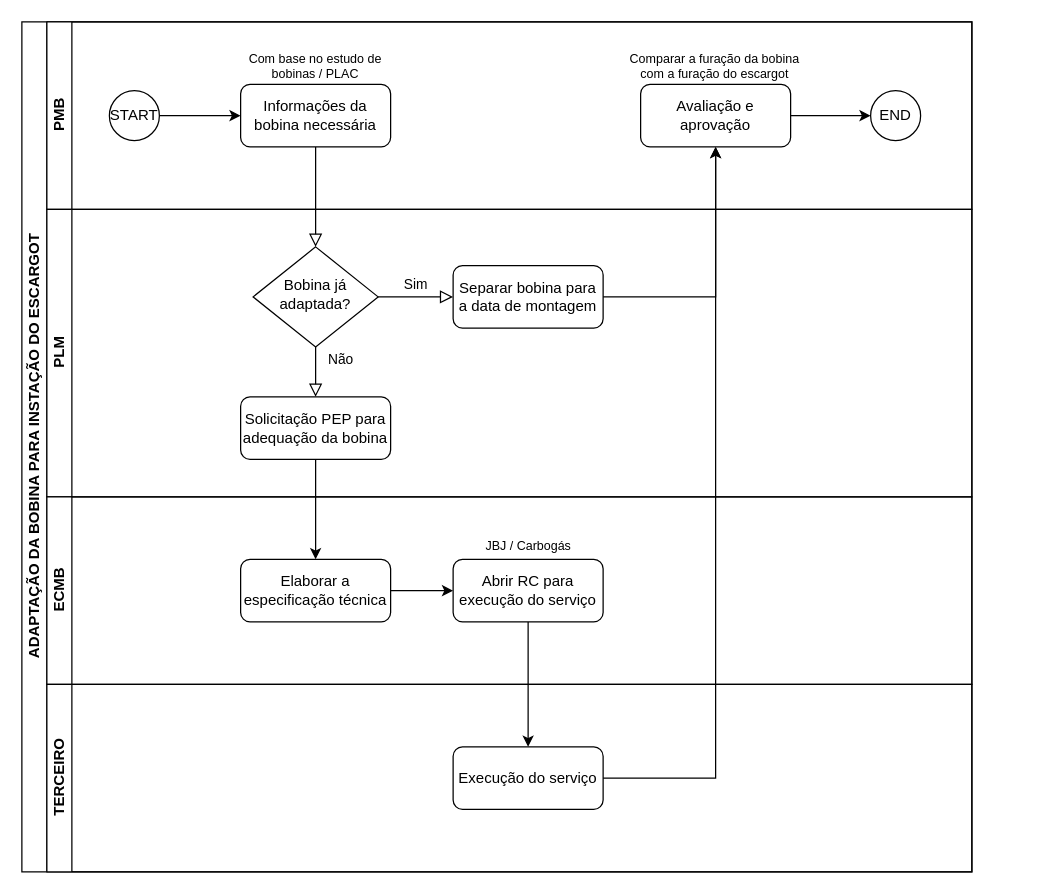
Earlier version of the draw.io diagram Bob_Hole.drawio (Willian-BC/Draw). Source tidied: cells renumbered, new cells numbered last; positions are measured from the earlier drawing's top-left corner, leaving out a move shared by most shapes. Both pictures are drawn from the tidied source at 125%, with x=0, y=0 at pixel (21, 21).
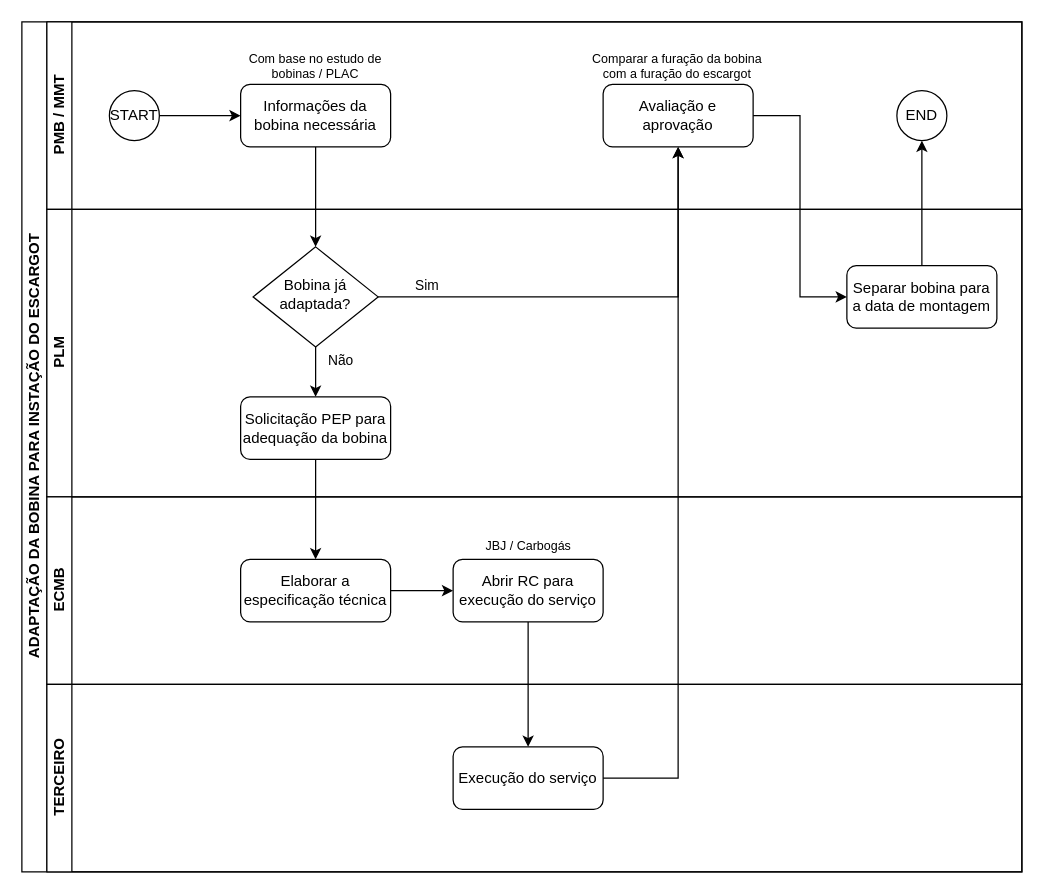
The same page after the edit.

The change refers to these unchanged cells:
```xml
<mxCell id="4" value="Informações da bobina necessária" style="rounded=1;whiteSpace=wrap;html=1;fontSize=12;glass=0;strokeWidth=1;shadow=0;" parent="3" vertex="1">
  <mxGeometry x="155" y="50" width="120" height="50" as="geometry" />
</mxCell>
<mxCell id="13" value="&lt;font style=&quot;font-size: 12px;&quot;&gt;Bobina já adaptada?&lt;/font&gt;" style="rhombus;whiteSpace=wrap;html=1;shadow=0;fontFamily=Helvetica;fontSize=12;align=center;strokeWidth=1;spacing=6;spacingTop=-4;" parent="12" vertex="1">
  <mxGeometry x="165" y="30" width="100" height="80" as="geometry" />
</mxCell>
<mxCell id="16" value="Solicitação PEP para adequação da bobina" style="rounded=1;whiteSpace=wrap;html=1;fontSize=12;glass=0;strokeWidth=1;shadow=0;" parent="12" vertex="1">
  <mxGeometry x="155" y="150" width="120" height="50" as="geometry" />
</mxCell>
<mxCell id="24" value="Execução do serviço" style="rounded=1;whiteSpace=wrap;html=1;fontSize=12;glass=0;strokeWidth=1;shadow=0;" parent="23" vertex="1">
  <mxGeometry x="325" y="50" width="120" height="50" as="geometry" />
</mxCell>
```

What changed in the source:
```diff
@@
     <mxCell id="2" value="ADAPTAÇÃO DA BOBINA PARA INSTAÇÃO DO ESCARGOT" style="swimlane;horizontal=0;startSize=20;html=1;" parent="1" vertex="1">
-      <mxGeometry width="760" height="680" as="geometry" />
+      <mxGeometry width="800" height="680" as="geometry" />
     </mxCell>
-    <mxCell id="3" value="PMB" style="swimlane;startSize=20;horizontal=0;html=1;" parent="2" vertex="1">
-      <mxGeometry x="20" width="740" height="150" as="geometry" />
+    <mxCell id="3" value="PMB / MMT" style="swimlane;startSize=20;horizontal=0;html=1;" parent="2" vertex="1">
+      <mxGeometry x="20" width="780" height="150" as="geometry" />
     </mxCell>
@@
-    <mxCell id="5" style="edgeStyle=orthogonalEdgeStyle;rounded=0;jettySize=auto;html=1;" parent="3" edge="1" source="6" target="7">
-      <mxGeometry relative="1" as="geometry" />
-    </mxCell>
     <mxCell id="6" value="Avaliação e aprovação" style="rounded=1;whiteSpace=wrap;html=1;fontSize=12;glass=0;strokeWidth=1;shadow=0;" parent="3" vertex="1">
-      <mxGeometry x="475" y="50" width="120" height="50" as="geometry" />
+      <mxGeometry x="445" y="50" width="120" height="50" as="geometry" />
     </mxCell>
     <mxCell id="7" value="END" style="ellipse;whiteSpace=wrap;html=1;rounded=1;glass=0;strokeWidth=1;shadow=0;" parent="3" vertex="1">
-      <mxGeometry x="659" y="55" width="40" height="40" as="geometry" />
+      <mxGeometry x="680" y="55" width="40" height="40" as="geometry" />
     </mxCell>
@@
     <mxCell id="11" value="Comparar a furação da bobina com a furação do escargot" style="text;html=1;strokeColor=none;fillColor=none;align=center;verticalAlign=middle;whiteSpace=wrap;rounded=0;fontSize=10;" parent="3" vertex="1">
-      <mxGeometry x="459.4" y="20" width="151.2" height="30" as="geometry" />
+      <mxGeometry x="429.4" y="20" width="151.2" height="30" as="geometry" />
     </mxCell>
     <mxCell id="12" value="PLM" style="swimlane;startSize=20;horizontal=0;html=1;" parent="2" vertex="1">
-      <mxGeometry x="20" y="150" width="740" height="230" as="geometry" />
+      <mxGeometry x="20" y="150" width="780" height="230" as="geometry" />
     </mxCell>
+    <mxCell id="30" style="edgeStyle=orthogonalEdgeStyle;rounded=0;jettySize=auto;html=1;" parent="12" edge="1" source="13" target="16">
+      <mxGeometry relative="1" as="geometry" />
+    </mxCell>
+    <mxCell id="17" value="Não" style="edgeLabel;html=1;align=center;verticalAlign=middle;" parent="30" vertex="1">
+      <mxGeometry x="-0.5" y="1" relative="1" as="geometry">
+        <mxPoint x="18" as="offset" />
+      </mxGeometry>
+    </mxCell>
@@
     <mxCell id="14" value="Separar bobina para a data de montagem" style="rounded=1;whiteSpace=wrap;html=1;fontSize=12;glass=0;strokeWidth=1;shadow=0;" parent="12" vertex="1">
-      <mxGeometry x="325" y="45" width="120" height="50" as="geometry" />
+      <mxGeometry x="640" y="45" width="120" height="50" as="geometry" />
     </mxCell>
-    <mxCell id="15" value="Sim" style="edgeStyle=orthogonalEdgeStyle;rounded=0;html=1;jettySize=auto;fontSize=11;endArrow=block;endFill=0;endSize=8;strokeWidth=1;shadow=0;labelBackgroundColor=none;" parent="12" edge="1" source="13" target="14">
-      <mxGeometry y="10" relative="1" as="geometry" />
-    </mxCell>
@@
-    <mxCell id="17" value="Não" style="rounded=0;html=1;jettySize=auto;fontSize=11;endArrow=block;endFill=0;endSize=8;strokeWidth=1;shadow=0;labelBackgroundColor=none;edgeStyle=orthogonalEdgeStyle;entryX=0.5;entryY=0;entryDx=0;entryDy=0;" parent="12" edge="1" source="13" target="16">
-      <mxGeometry x="-0.5" y="20" relative="1" as="geometry" />
-    </mxCell>
     <mxCell id="18" value="ECMB" style="swimlane;startSize=20;horizontal=0;html=1;" parent="2" vertex="1">
-      <mxGeometry x="20" y="380" width="740" height="150" as="geometry" />
+      <mxGeometry x="20" y="380" width="780" height="150" as="geometry" />
     </mxCell>
@@
     <mxCell id="23" value="TERCEIRO" style="swimlane;startSize=20;horizontal=0;html=1;" parent="2" vertex="1">
-      <mxGeometry x="20" y="530" width="740" height="150" as="geometry" />
+      <mxGeometry x="20" y="530" width="780" height="150" as="geometry" />
     </mxCell>
@@
-    <mxCell id="25" style="rounded=0;html=1;jettySize=auto;fontSize=11;endArrow=block;endFill=0;endSize=8;strokeWidth=1;shadow=0;labelBackgroundColor=none;edgeStyle=orthogonalEdgeStyle;" parent="2" edge="1" source="4" target="13">
-      <mxGeometry relative="1" as="geometry" />
-    </mxCell>
@@
-    <mxCell id="28" style="edgeStyle=orthogonalEdgeStyle;rounded=0;jettySize=auto;html=1;entryX=0.5;entryY=1;entryDx=0;entryDy=0;" parent="2" edge="1" source="14" target="6">
+    <mxCell id="28" style="edgeStyle=orthogonalEdgeStyle;rounded=0;jettySize=auto;html=1;entryX=0.5;entryY=1;entryDx=0;entryDy=0;" parent="2" edge="1" source="14" target="7">
       <mxGeometry relative="1" as="geometry" />
     </mxCell>
-    <mxCell id="29" style="edgeStyle=orthogonalEdgeStyle;rounded=0;jettySize=auto;html=1;entryX=0.5;entryY=1;entryDx=0;entryDy=0;" parent="2" edge="1" source="24" target="6">
+    <mxCell id="29" style="edgeStyle=orthogonalEdgeStyle;rounded=0;jettySize=auto;html=1;entryX=0.5;entryY=1;entryDx=0;entryDy=0;exitX=1;exitY=0.5;exitDx=0;exitDy=0;" parent="2" edge="1" source="24" target="6">
       <mxGeometry relative="1" as="geometry" />
     </mxCell>
+    <mxCell id="25" style="edgeStyle=orthogonalEdgeStyle;rounded=0;jettySize=auto;html=1;" parent="2" edge="1" source="4" target="13">
+      <mxGeometry relative="1" as="geometry" />
+    </mxCell>
+    <mxCell id="31" style="edgeStyle=orthogonalEdgeStyle;rounded=0;jettySize=auto;html=1;entryX=0.5;entryY=1;entryDx=0;entryDy=0;" parent="2" edge="1" source="13" target="6">
+      <mxGeometry relative="1" as="geometry" />
+    </mxCell>
+    <mxCell id="15" value="Sim" style="edgeLabel;html=1;align=center;verticalAlign=middle;" parent="31" vertex="1">
+      <mxGeometry x="-0.77" y="3" relative="1" as="geometry">
+        <mxPoint x="-3" y="-7" as="offset" />
+      </mxGeometry>
+    </mxCell>
+    <mxCell id="5" style="edgeStyle=orthogonalEdgeStyle;rounded=0;jettySize=auto;html=1;entryX=0;entryY=0.5;entryDx=0;entryDy=0;" parent="2" edge="1" source="6" target="14">
+      <mxGeometry relative="1" as="geometry" />
+    </mxCell>
```
